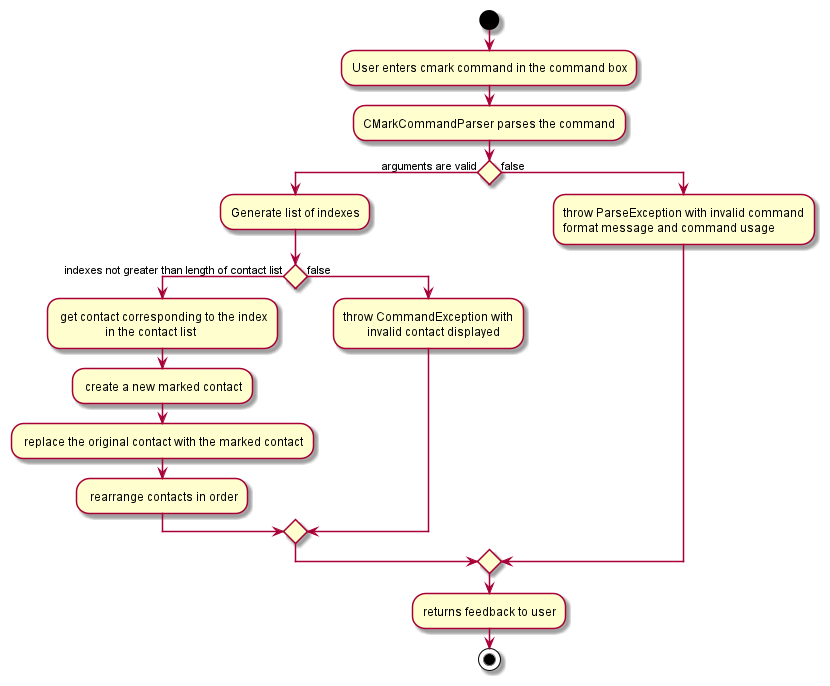
Above: docs/images/CMarkActivityDiagram.png in xiangjunn/tp (PlantUML), before the change. Its diagram source:
```plantuml
@startuml

start
:User enters cmark command in the command box;
:CMarkCommandParser parses the command;
if () then (arguments are valid)

    :Generate list of indexes;

    if() then (indexes not greater than length of contact list)
        : get contact corresponding to the index
                        in the contact list;
        : create a new marked contact;
        : replace the original contact with the marked contact;
        : rearrange contacts in order;

    else (false)
        :throw CommandException with
                invalid contact displayed;
    endif

else (false)
:throw ParseException with invalid command
format message and command usage;
endif

:returns feedback to user;

stop

@enduml
```
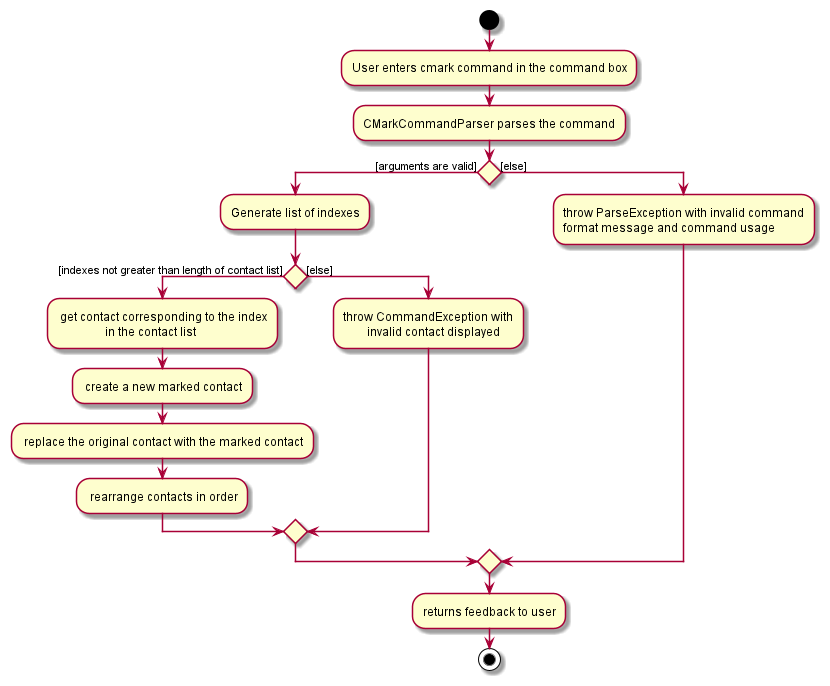
Later version of the same file.

Commit message:
update uml diagrams

What changed in the source:
```diff
@@ -3,23 +3,23 @@
 start
 :User enters cmark command in the command box;
 :CMarkCommandParser parses the command;
-if () then (arguments are valid)
+if () then ([arguments are valid])
 
     :Generate list of indexes;
 
-    if() then (indexes not greater than length of contact list)
+    if() then ([indexes not greater than length of contact list])
         : get contact corresponding to the index
                         in the contact list;
         : create a new marked contact;
         : replace the original contact with the marked contact;
         : rearrange contacts in order;
 
-    else (false)
+    else ([else])
         :throw CommandException with
                 invalid contact displayed;
     endif
 
-else (false)
+else ([else])
 :throw ParseException with invalid command
 format message and command usage;
 endif
```
